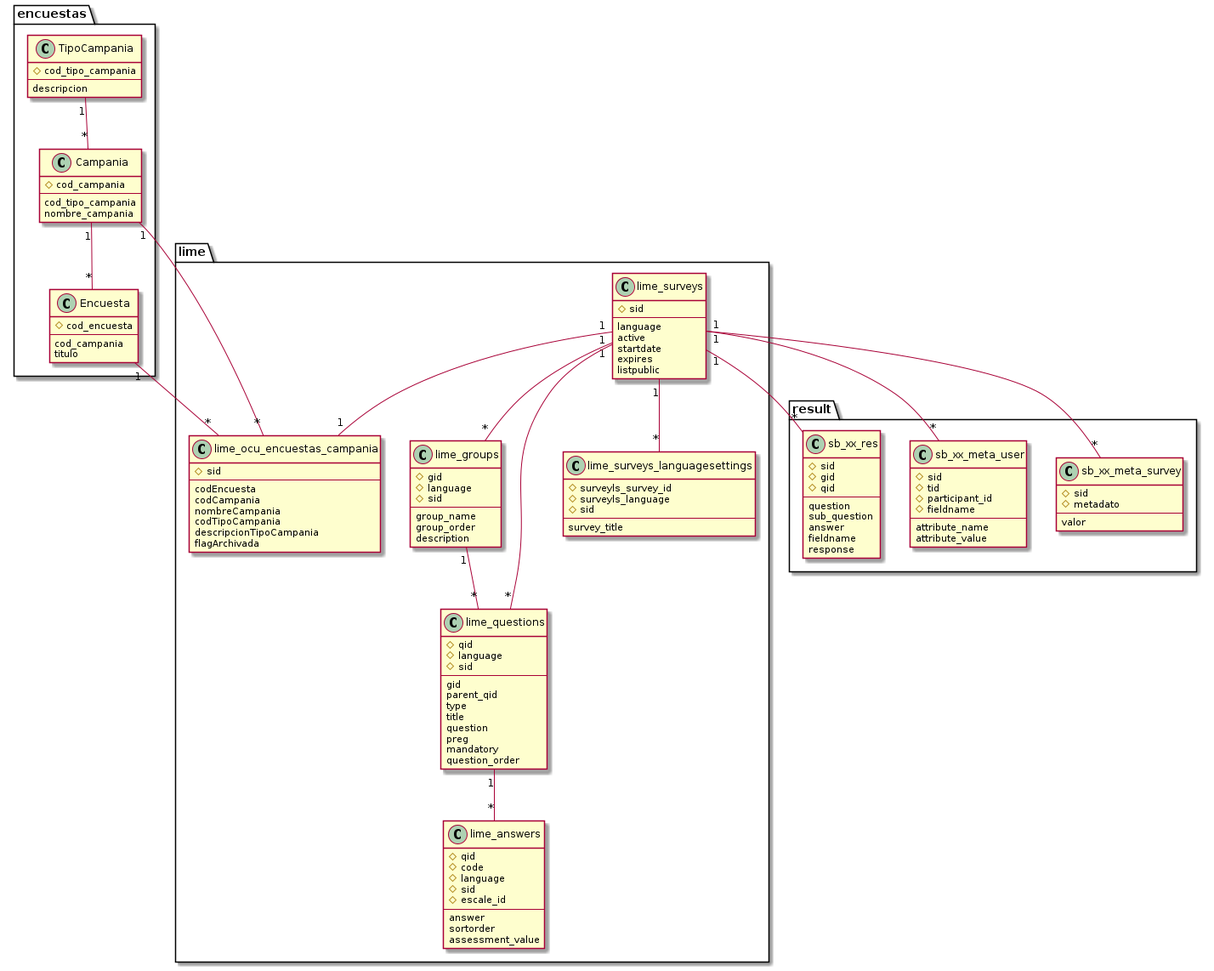
Before: plantuml/lime.png, a diagram exported from PlantUML (dsm9/TreballFiMaster).
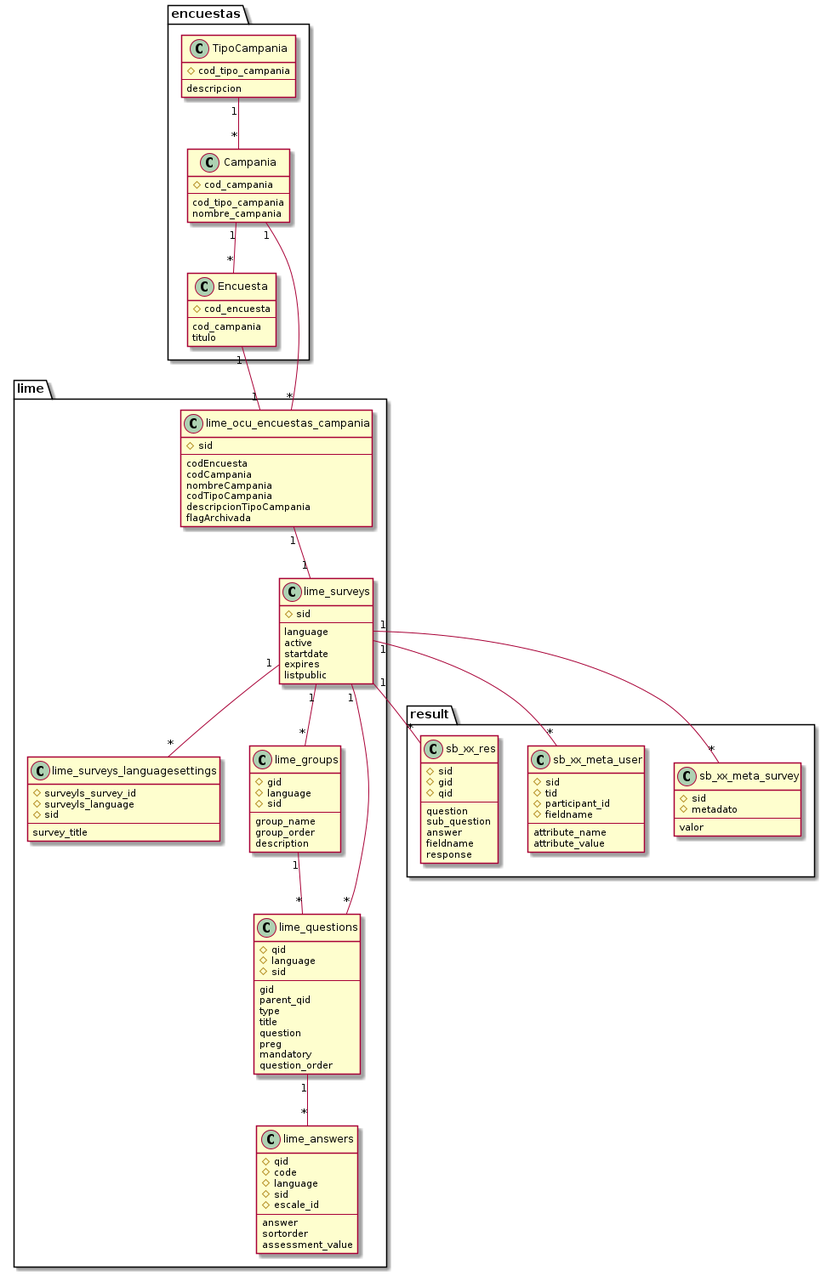
The same file after the commit.

Diff of the diagram source:
```diff
@@ -1,28 +1,4 @@
 @startuml
-package encuestas {
-	class TipoCampania {
-		#cod_tipo_campania
-		--
-		descripcion
-	}
-
-	class Campania {
-		#cod_campania
-		--
-		cod_tipo_campania
-		nombre_campania
-	}
-
-	class Encuesta {
-		#cod_encuesta
-		--
-		cod_campania
-		titulo
-	}
-
-	TipoCampania "1"--"*" Campania
-	Campania "1"--"*" Encuesta
-}
 
 package lime {
 	class lime_surveys_languagesettings {
@@ -90,13 +66,38 @@
 		sortorder
 		assessment_value
 	}
+	lime_ocu_encuestas_campania "1"--"1" lime_surveys
 	lime_surveys "1"--"*" lime_surveys_languagesettings
-	lime_surveys "1"--"1" lime_ocu_encuestas_campania
 	lime_surveys "1"--"*" lime_groups
 	lime_surveys "1"--"*" lime_questions
 	lime_groups "1"--"*" lime_questions
 	lime_questions "1"--"*" lime_answers
 
+}
+
+package encuestas {
+	class TipoCampania {
+		#cod_tipo_campania
+		--
+		descripcion
+	}
+
+	class Campania {
+		#cod_campania
+		--
+		cod_tipo_campania
+		nombre_campania
+	}
+
+	class Encuesta {
+		#cod_encuesta
+		--
+		cod_campania
+		titulo
+	}
+
+	TipoCampania "1"--"*" Campania
+	Campania "1"--"*" Encuesta
 }
 
 package result {
@@ -131,9 +132,10 @@
 }
 
 Campania "1"--"*" lime_ocu_encuestas_campania
-Encuesta "1"--"*" lime_ocu_encuestas_campania
+Encuesta "1"--"1" lime_ocu_encuestas_campania
 lime_surveys "1"--"*" sb_xx_meta_survey
 lime_surveys "1"--"*" sb_xx_meta_user
 lime_surveys "1"--"*" sb_xx_res
 
+
 @enduml
```
